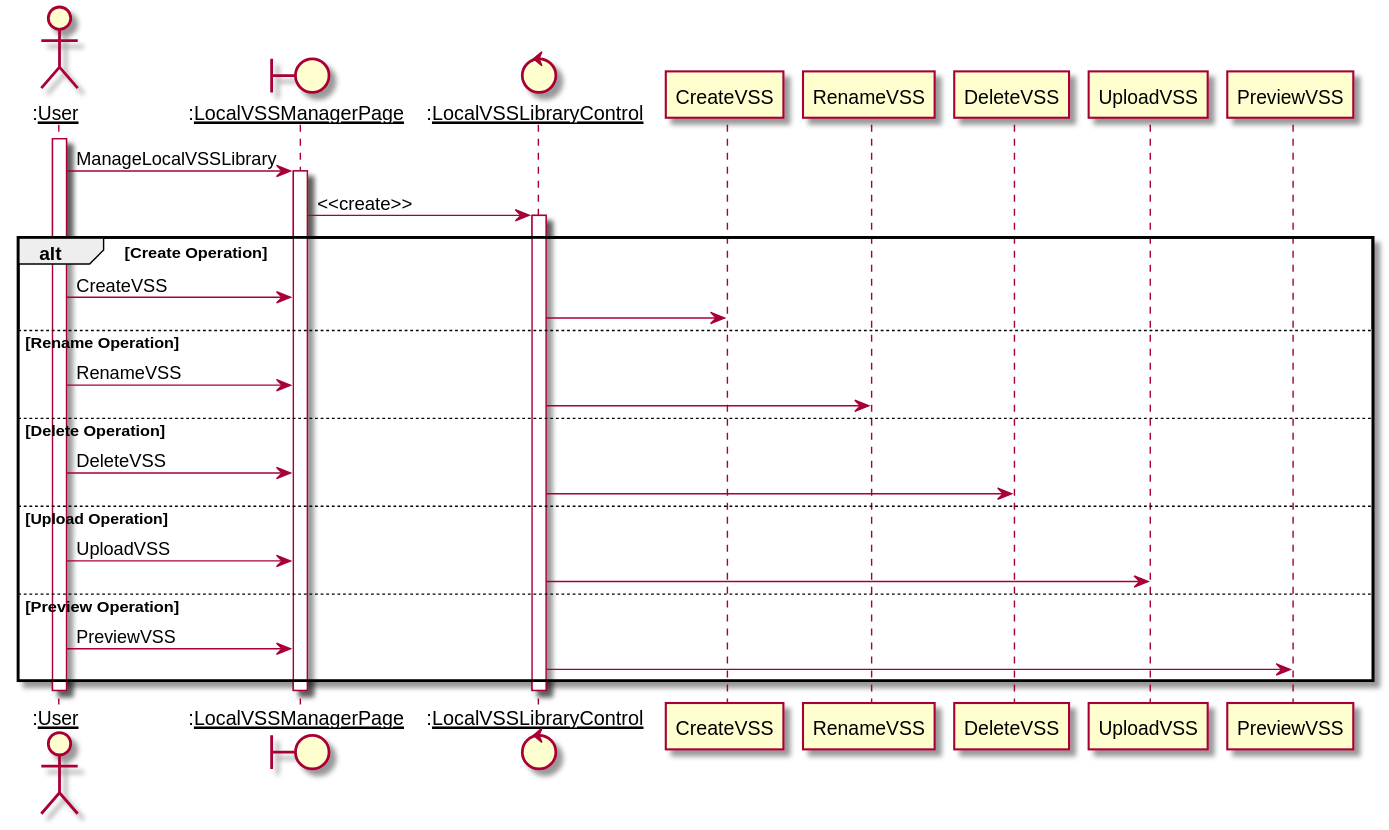
The PlantUML diagram 需求定义和分析/SeqDiagram/managelocalvsslibrary.svg in kpp19920121/doc, before a commit.
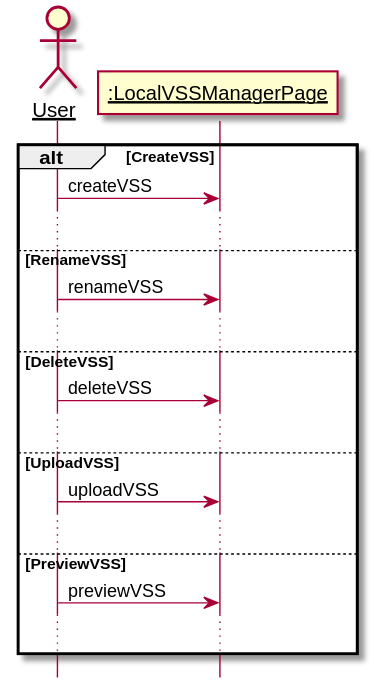
The same diagram one commit later.

Change to the diagram source:
```diff
@@ -1,32 +1,24 @@
-@startuml
-actor ":__User__" as User
-boundary ":__LocalVSSManagerPage__" as LocalVSSManagerPage
-control ":__LocalVSSLibraryControl__" as LocalVSSLibraryControl
+@startuml ManageLocalVSSLibrary
+hide footbox
+skinparam sequenceParticipant underline
 
-activate User
-User -> LocalVSSManagerPage: ManageLocalVSSLibrary
-activate LocalVSSManagerPage
-LocalVSSManagerPage -> LocalVSSLibraryControl: <<create>>
-activate LocalVSSLibraryControl
+actor User as user
+participant ":LocalVSSManagerPage" as boundary
 
-alt Create Operation
-    User -> LocalVSSManagerPage: CreateVSS
-    LocalVSSLibraryControl -> CreateVSS
-else Rename Operation
-    User -> LocalVSSManagerPage: RenameVSS
-    LocalVSSLibraryControl -> RenameVSS
-else Delete Operation
-    User -> LocalVSSManagerPage: DeleteVSS
-    LocalVSSLibraryControl -> DeleteVSS
-else Upload Operation
-    User -> LocalVSSManagerPage: UploadVSS
-    LocalVSSLibraryControl -> UploadVSS
-else Preview Operation
-    User -> LocalVSSManagerPage: PreviewVSS
-    LocalVSSLibraryControl -> PreviewVSS
+alt CreateVSS
+    user -> boundary: createVSS
+    ...
+else RenameVSS
+    user -> boundary: renameVSS
+    ...
+else DeleteVSS
+    user -> boundary: deleteVSS
+    ...
+else UploadVSS
+    user -> boundary: uploadVSS
+    ...
+else PreviewVSS
+    user -> boundary: previewVSS
+    ...
 end
-
-deactivate LocalVSSManagerPage
-deactivate LocalVSSLibraryControl
-deactivate User
 @enduml
```
